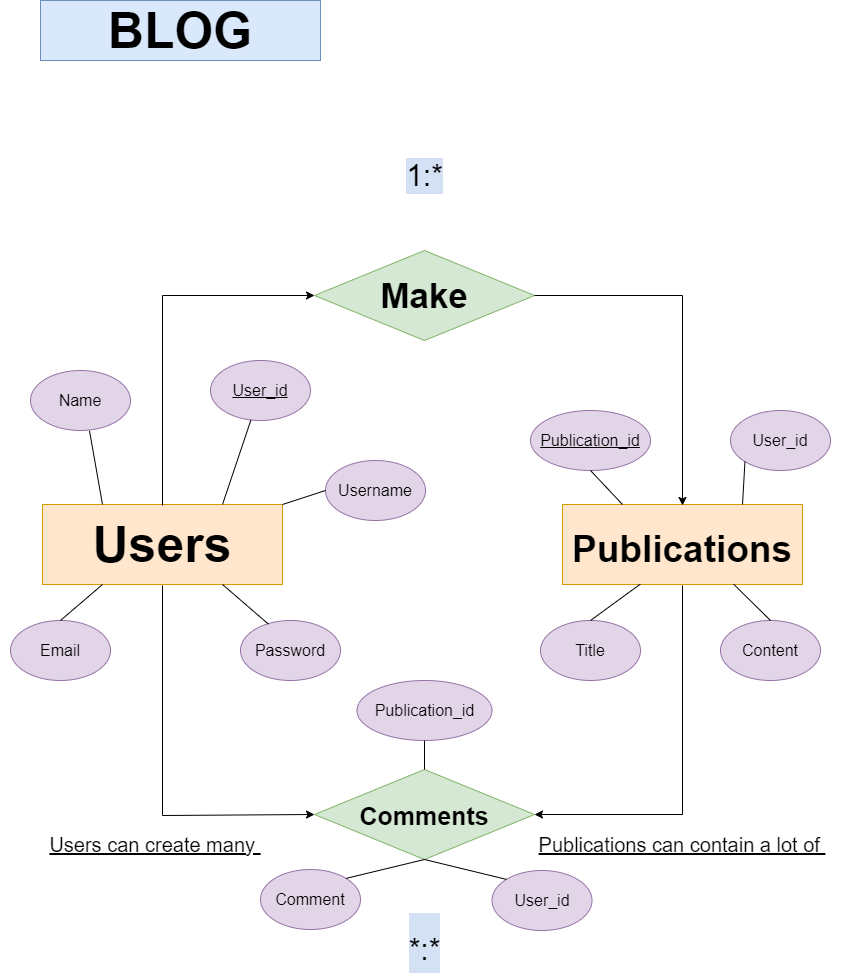
Earlier version of the draw.io export Diagrams/Diagram.png (RicardoRobledo/FastAPI-APIBlog). Source tidied: cells renumbered, new cells last; positions are measured from the earlier drawing's top-left corner, leaving out a move shared by most shapes.
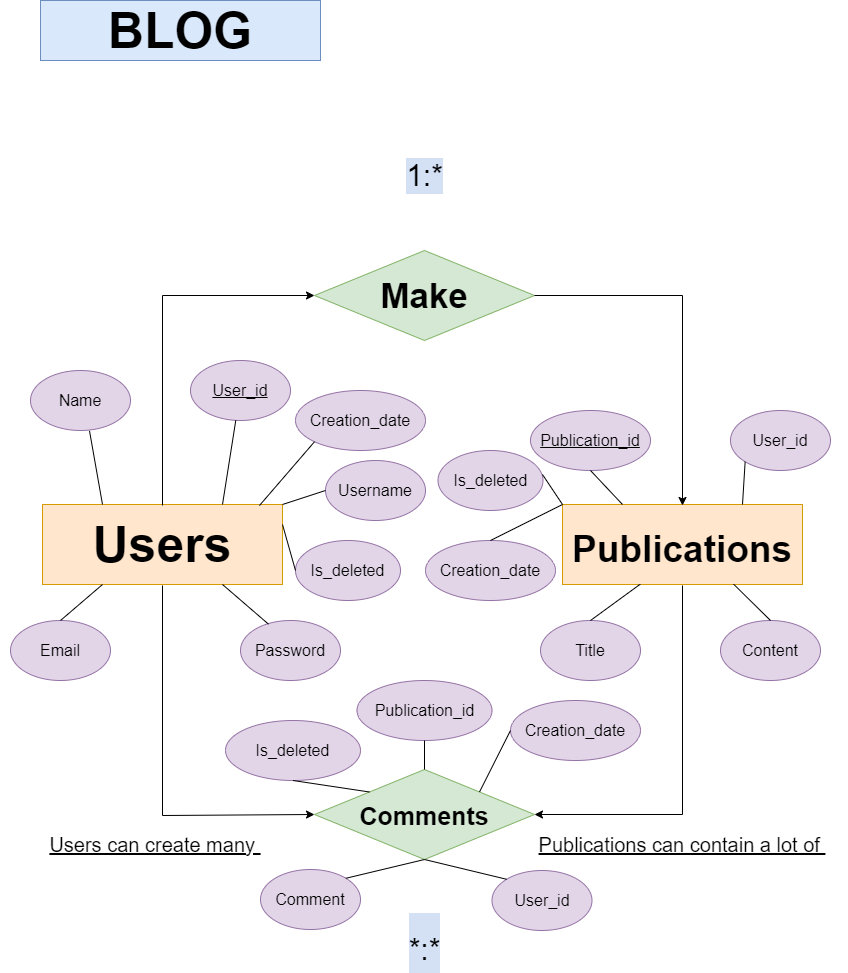
Later version of the same file.

The edit, as a diff of the source:
```diff
@@ -65,7 +65,7 @@
       <mxGeometry x="325" y="460" width="100" height="60" as="geometry" />
     </mxCell>
     <mxCell id="16" value="User_id" style="ellipse;whiteSpace=wrap;html=1;fontSize=16;fillColor=#e1d5e7;strokeColor=#9673a6;fontStyle=4;" parent="1" vertex="1">
-      <mxGeometry x="210" y="360" width="100" height="60" as="geometry" />
+      <mxGeometry x="190" y="360" width="100" height="60" as="geometry" />
     </mxCell>
     <mxCell id="17" value="Name" style="ellipse;whiteSpace=wrap;html=1;fontSize=16;fillColor=#e1d5e7;strokeColor=#9673a6;" parent="1" vertex="1">
       <mxGeometry x="30" y="370" width="100" height="60" as="geometry" />
@@ -133,5 +133,41 @@
     <mxCell id="38" style="endArrow=none;html=1;rounded=0;entryX=0.5;entryY=0;entryDx=0;entryDy=0;exitX=0.5;exitY=1;exitDx=0;exitDy=0;" parent="1" edge="1" source="35" target="5">
       <mxGeometry relative="1" as="geometry" />
     </mxCell>
+    <mxCell id="39" value="Creation_date" style="ellipse;whiteSpace=wrap;html=1;fontSize=16;fillColor=#e1d5e7;strokeColor=#9673a6;" parent="1" vertex="1">
+      <mxGeometry x="295" y="390" width="130" height="60" as="geometry" />
+    </mxCell>
+    <mxCell id="40" style="endArrow=none;html=1;rounded=0;exitX=0.904;exitY=0.013;exitDx=0;exitDy=0;exitPerimeter=0;entryX=0;entryY=1;entryDx=0;entryDy=0;" parent="1" edge="1" source="6" target="39">
+      <mxGeometry relative="1" as="geometry" />
+    </mxCell>
+    <mxCell id="41" value="Creation_date" style="ellipse;whiteSpace=wrap;html=1;fontSize=16;fillColor=#e1d5e7;strokeColor=#9673a6;" parent="1" vertex="1">
+      <mxGeometry x="425" y="540" width="130" height="60" as="geometry" />
+    </mxCell>
+    <mxCell id="42" style="endArrow=none;html=1;rounded=0;entryX=0;entryY=0;entryDx=0;entryDy=0;exitX=0.5;exitY=0;exitDx=0;exitDy=0;" parent="1" edge="1" source="41" target="4">
+      <mxGeometry relative="1" as="geometry" />
+    </mxCell>
+    <mxCell id="43" value="Creation_date" style="ellipse;whiteSpace=wrap;html=1;fontSize=16;fillColor=#e1d5e7;strokeColor=#9673a6;" parent="1" vertex="1">
+      <mxGeometry x="510" y="700" width="130" height="60" as="geometry" />
+    </mxCell>
+    <mxCell id="44" style="endArrow=none;html=1;rounded=0;entryX=0;entryY=0.5;entryDx=0;entryDy=0;exitX=1;exitY=0;exitDx=0;exitDy=0;" parent="1" edge="1" source="5" target="43">
+      <mxGeometry relative="1" as="geometry" />
+    </mxCell>
+    <mxCell id="45" value="Is_deleted" style="ellipse;whiteSpace=wrap;html=1;fontSize=16;fillColor=#e1d5e7;strokeColor=#9673a6;" parent="1" vertex="1">
+      <mxGeometry x="225" y="720" width="135" height="60" as="geometry" />
+    </mxCell>
+    <mxCell id="46" style="endArrow=none;html=1;rounded=0;exitX=0.5;exitY=1;exitDx=0;exitDy=0;entryX=0;entryY=0;entryDx=0;entryDy=0;" parent="1" edge="1" source="45" target="5">
+      <mxGeometry relative="1" as="geometry" />
+    </mxCell>
+    <mxCell id="47" value="Is_deleted" style="ellipse;whiteSpace=wrap;html=1;fontSize=16;fillColor=#e1d5e7;strokeColor=#9673a6;" parent="1" vertex="1">
+      <mxGeometry x="295" y="540" width="105" height="60" as="geometry" />
+    </mxCell>
+    <mxCell id="48" value="Is_deleted" style="ellipse;whiteSpace=wrap;html=1;fontSize=16;fillColor=#e1d5e7;strokeColor=#9673a6;" parent="1" vertex="1">
+      <mxGeometry x="437.5" y="450" width="105" height="60" as="geometry" />
+    </mxCell>
+    <mxCell id="49" style="endArrow=none;html=1;rounded=0;entryX=0.995;entryY=0.4;entryDx=0;entryDy=0;entryPerimeter=0;exitX=0;exitY=0;exitDx=0;exitDy=0;" parent="1" edge="1" source="4" target="48">
+      <mxGeometry relative="1" as="geometry" />
+    </mxCell>
+    <mxCell id="50" style="endArrow=none;html=1;rounded=0;entryX=0;entryY=0.5;entryDx=0;entryDy=0;exitX=1;exitY=0.25;exitDx=0;exitDy=0;" parent="1" edge="1" source="6" target="47">
+      <mxGeometry relative="1" as="geometry" />
+    </mxCell>
   </root>
 </mxGraphModel>
```
